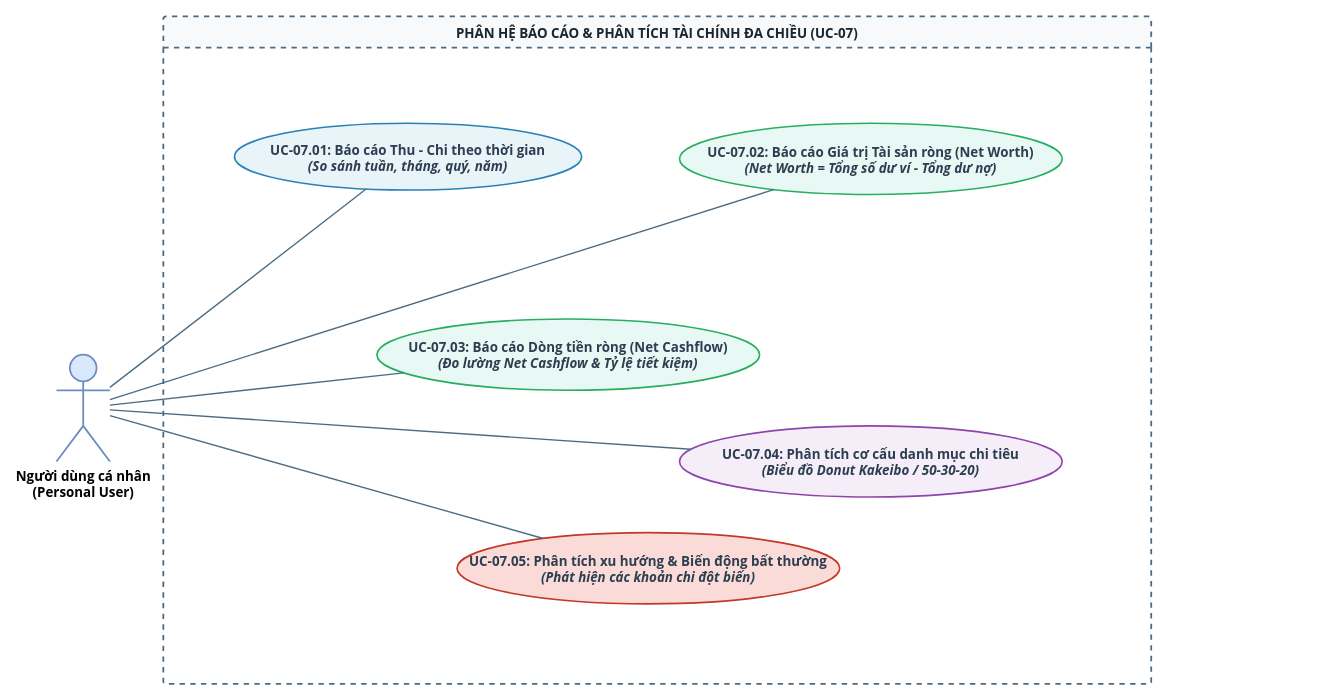
Before: page "UCD 07 - Phân Tích Báo Cáo" (8 of 10) of files/UCD-DuoNoPro.drawio in Datgh37/analyze-system-subject, a draw.io diagram. Source tidied: cells renumbered, new cells numbered last; positions are measured from the earlier drawing's top-left corner, leaving out a move shared by most shapes. Both pictures are drawn from the tidied source at 89%, with x=0, y=0 at pixel (56, 16).
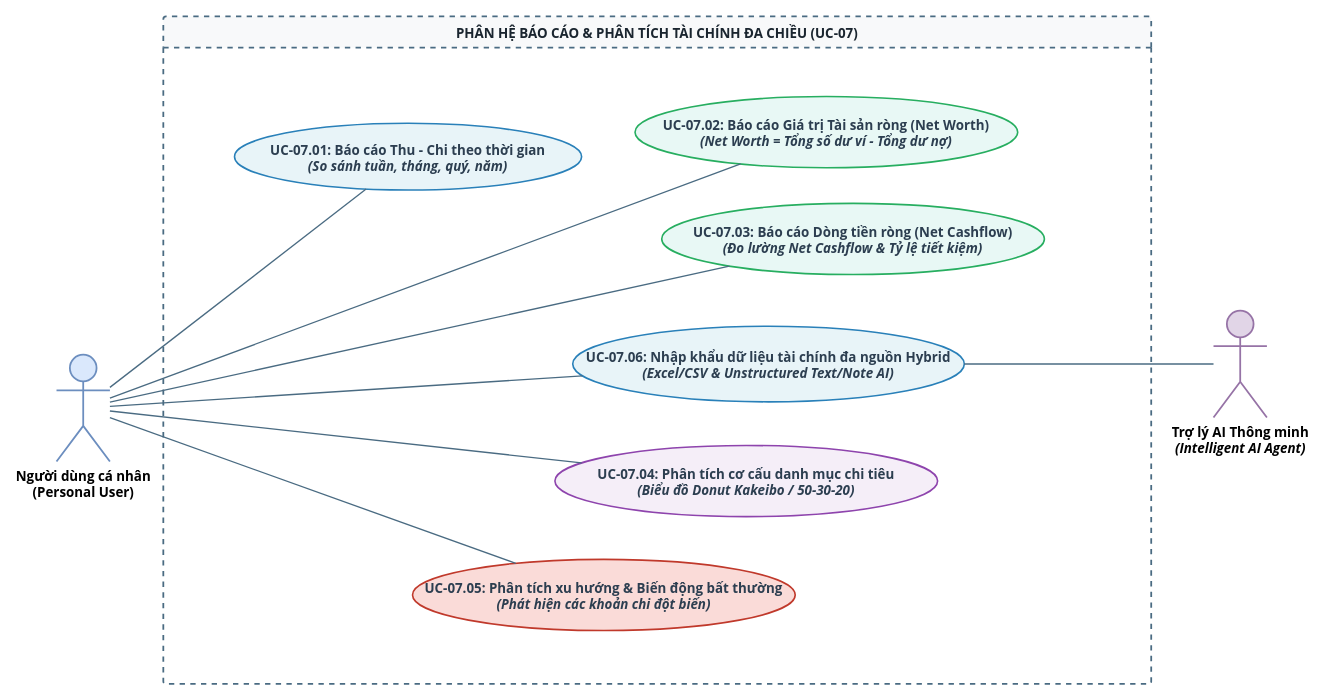
The same page after the edit.

The edit, as a diff of the source:
```diff
@@
 <mxGraphModel>
   <root>
     <mxCell id="0" />
     <mxCell id="1" parent="0" />
     <mxCell id="2" value="&lt;b&gt;Người dùng cá nhân&lt;/b&gt;&lt;br&gt;(Personal User)" style="shape=umlActor;verticalLabelPosition=bottom;verticalAlign=top;html=1;outlineConnect=0;fillColor=#dae8fc;strokeColor=#6c8ebf;strokeWidth=2;fontFamily=Segoe UI, Arial, sans-serif;fontSize=15;fontStyle=1;" parent="1" vertex="1">
       <mxGeometry y="380" width="60" height="120" as="geometry" />
     </mxCell>
     <mxCell id="3" value="PHÂN HỆ BÁO CÁO &amp;amp; PHÂN TÍCH TÀI CHÍNH ĐA CHIỀU (UC-07)" style="swimlane;whiteSpace=wrap;html=1;rounded=1;arcSize=3;fontFamily=Segoe UI, Arial, sans-serif;fontSize=15;fontStyle=1;startSize=35;fillColor=#f8f9fa;fontColor=#1a252f;strokeColor=#4a6b82;strokeWidth=2;dashed=1;" parent="1" vertex="1">
       <mxGeometry x="120" width="1110" height="750" as="geometry" />
     </mxCell>
     <mxCell id="4" value="&lt;b&gt;UC-07.01:&lt;/b&gt; Báo cáo Thu - Chi theo thời gian&lt;br&gt;&lt;i&gt;(So sánh tuần, tháng, quý, năm)&lt;/i&gt;" style="ellipse;whiteSpace=wrap;html=1;fillColor=#e8f4f8;strokeColor=#2980b9;strokeWidth=1.8;fontFamily=Segoe UI, Arial, sans-serif;fontSize=15;fontStyle=1;fontColor=#2c3e50;" parent="3" vertex="1">
       <mxGeometry x="80" y="120" width="390" height="75" as="geometry" />
     </mxCell>
     <mxCell id="5" value="&lt;b&gt;UC-07.02:&lt;/b&gt; Báo cáo Giá trị Tài sản ròng (Net Worth)&lt;br&gt;&lt;i&gt;(Net Worth = Tổng số dư ví - Tổng dư nợ)&lt;/i&gt;" style="ellipse;whiteSpace=wrap;html=1;fillColor=#e8f8f5;strokeColor=#27ae60;strokeWidth=1.8;fontFamily=Segoe UI, Arial, sans-serif;fontSize=15;fontStyle=1;fontColor=#2c3e50;" parent="3" vertex="1">
-      <mxGeometry x="580" y="120" width="430" height="80" as="geometry" />
+      <mxGeometry x="530" y="90" width="430" height="80" as="geometry" />
     </mxCell>
     <mxCell id="6" value="&lt;b&gt;UC-07.03:&lt;/b&gt; Báo cáo Dòng tiền ròng (Net Cashflow)&lt;br&gt;&lt;i&gt;(Đo lường Net Cashflow &amp;amp; Tỷ lệ tiết kiệm)&lt;/i&gt;" style="ellipse;whiteSpace=wrap;html=1;fillColor=#e8f8f5;strokeColor=#27ae60;strokeWidth=1.8;fontFamily=Segoe UI, Arial, sans-serif;fontSize=15;fontStyle=1;fontColor=#2c3e50;" parent="3" vertex="1">
-      <mxGeometry x="240" y="340" width="430" height="80" as="geometry" />
+      <mxGeometry x="560" y="210" width="430" height="80" as="geometry" />
     </mxCell>
     <mxCell id="7" value="&lt;b&gt;UC-07.04:&lt;/b&gt; Phân tích cơ cấu danh mục chi tiêu&lt;br&gt;&lt;i&gt;(Biểu đồ Donut Kakeibo / 50-30-20)&lt;/i&gt;" style="ellipse;whiteSpace=wrap;html=1;fillColor=#f5eef8;strokeColor=#8e44ad;strokeWidth=1.8;fontFamily=Segoe UI, Arial, sans-serif;fontSize=15;fontStyle=1;fontColor=#2c3e50;" parent="3" vertex="1">
-      <mxGeometry x="580" y="460" width="430" height="80" as="geometry" />
+      <mxGeometry x="440" y="482" width="430" height="80" as="geometry" />
     </mxCell>
     <mxCell id="8" value="&lt;b&gt;UC-07.05:&lt;/b&gt; Phân tích xu hướng &amp;amp; Biến động bất thường&lt;br&gt;&lt;i&gt;(Phát hiện các khoản chi đột biến)&lt;/i&gt;" style="ellipse;whiteSpace=wrap;html=1;fillColor=#fadbd8;strokeColor=#c0392b;strokeWidth=1.8;fontFamily=Segoe UI, Arial, sans-serif;fontSize=15;fontStyle=1;fontColor=#2c3e50;" parent="3" vertex="1">
-      <mxGeometry x="330" y="580" width="430" height="80" as="geometry" />
+      <mxGeometry x="280" y="610" width="430" height="80" as="geometry" />
     </mxCell>
+    <mxCell id="14" value="&lt;b&gt;UC-07.06:&lt;/b&gt; Nhập khẩu dữ liệu tài chính đa nguồn Hybrid&lt;br&gt;&lt;i&gt;(Excel/CSV &amp;amp; Unstructured Text/Note AI)&lt;/i&gt;" style="ellipse;whiteSpace=wrap;html=1;fillColor=#e8f4f8;strokeColor=#2980b9;strokeWidth=1.8;fontFamily=Segoe UI, Arial, sans-serif;fontSize=15;fontStyle=1;fontColor=#2c3e50;" parent="3" vertex="1">
+      <mxGeometry x="460" y="348" width="440" height="85" as="geometry" />
+    </mxCell>
     <mxCell id="9" style="endArrow=none;html=1;strokeWidth=1.5;rounded=0;strokeColor=#4a6b82;fontSize=15;" parent="1" edge="1" source="2" target="4">
       <mxGeometry relative="1" as="geometry" />
     </mxCell>
     <mxCell id="10" style="endArrow=none;html=1;strokeWidth=1.5;rounded=0;strokeColor=#4a6b82;fontSize=15;" parent="1" edge="1" source="2" target="5">
       <mxGeometry relative="1" as="geometry" />
     </mxCell>
     <mxCell id="11" style="endArrow=none;html=1;strokeWidth=1.5;rounded=0;strokeColor=#4a6b82;fontSize=15;" parent="1" edge="1" source="2" target="6">
       <mxGeometry relative="1" as="geometry" />
     </mxCell>
     <mxCell id="12" style="endArrow=none;html=1;strokeWidth=1.5;rounded=0;strokeColor=#4a6b82;fontSize=15;" parent="1" edge="1" source="2" target="7">
       <mxGeometry relative="1" as="geometry" />
     </mxCell>
     <mxCell id="13" style="endArrow=none;html=1;strokeWidth=1.5;rounded=0;strokeColor=#4a6b82;fontSize=15;" parent="1" edge="1" source="2" target="8">
       <mxGeometry relative="1" as="geometry" />
     </mxCell>
+    <mxCell id="15" value="&lt;b&gt;Trợ lý AI Thông minh&lt;/b&gt;&lt;br&gt;&lt;i&gt;(Intelligent AI Agent)&lt;/i&gt;" style="shape=umlActor;verticalLabelPosition=bottom;verticalAlign=top;html=1;outlineConnect=0;fillColor=#e1d5e7;strokeColor=#9673a6;strokeWidth=2;fontFamily=Segoe UI, Arial, sans-serif;fontSize=15;fontStyle=1;" parent="1" vertex="1">
+      <mxGeometry x="1300" y="330.5" width="60" height="120" as="geometry" />
+    </mxCell>
+    <mxCell id="16" style="endArrow=none;html=1;strokeWidth=1.5;rounded=0;strokeColor=#4a6b82;fontSize=15;" parent="1" edge="1" source="2" target="14">
+      <mxGeometry relative="1" as="geometry" />
+    </mxCell>
+    <mxCell id="17" style="endArrow=none;html=1;strokeWidth=1.5;rounded=0;strokeColor=#4a6b82;fontSize=15;" parent="1" edge="1" source="15" target="14">
+      <mxGeometry relative="1" as="geometry" />
+    </mxCell>
   </root>
 </mxGraphModel>
```
